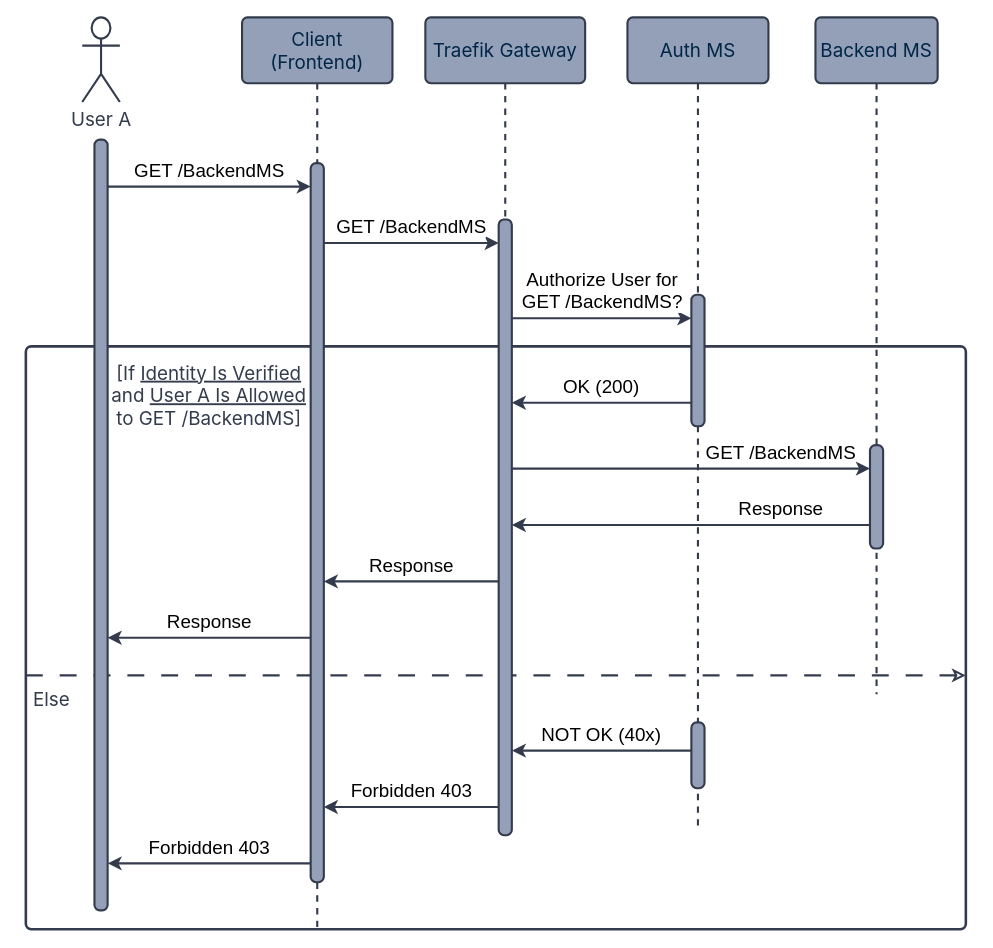
Earlier version of the draw.io diagram page "developer/technical-concepts/oauth/design-sequence.png" (30 of 36) of docs/assets/diagrams/dtaas-diagrams.drawio (INTO-CPS-Association/DTaaS). Source tidied: cells renumbered, new cells numbered last; positions are measured from the earlier drawing's top-left corner, leaving out a move shared by most shapes. Both pictures are drawn from the tidied source at 94%, with x=0, y=0 at pixel (25, 17).
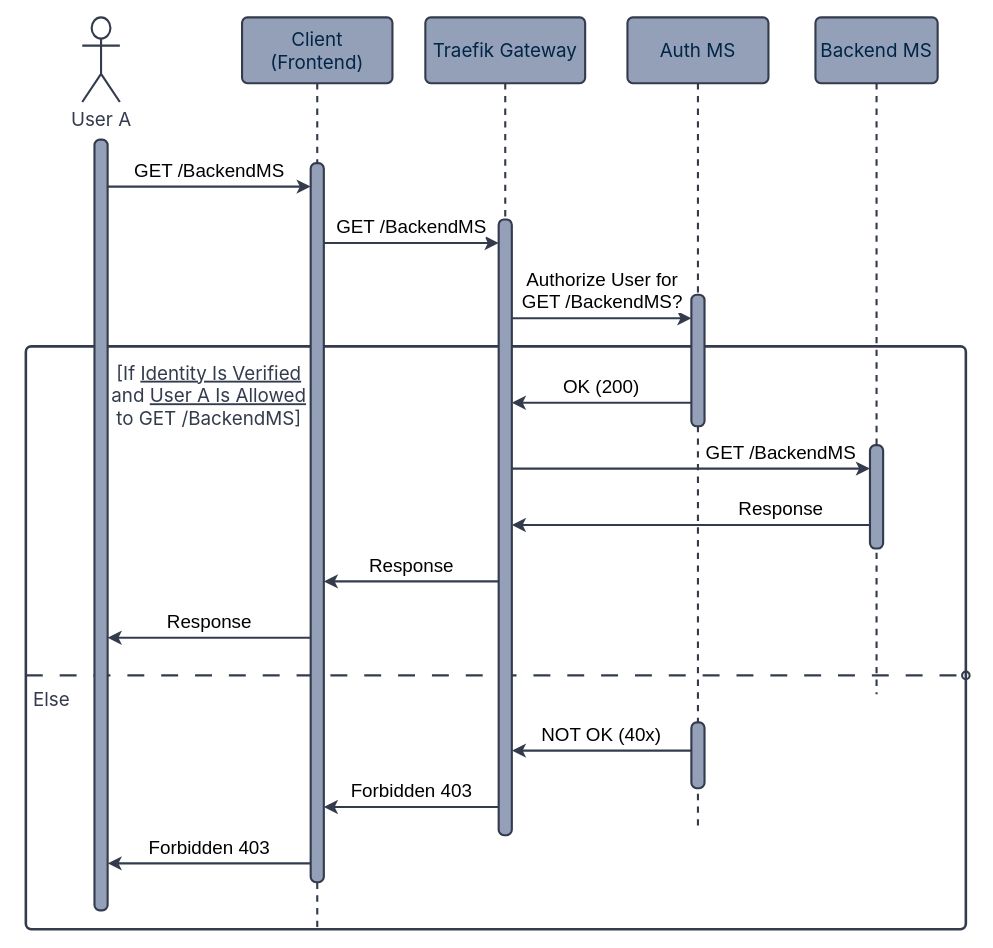
After the change.

The edit, as a diff of the source:
```diff
@@
-    <mxCell id="3" style="endArrow=classic;endFill=0;endSize=8;dashed=1;dashPattern=8 8;strokeColor=#333b4c;strokeWidth=2.25;html=1;" parent="1" edge="1">
+    <mxCell id="3" style="endArrow=oval;endFill=0;endSize=8;dashed=1;dashPattern=8 8;strokeColor=#333b4c;strokeWidth=2.25;html=1;" parent="1" edge="1">
       <mxGeometry relative="1" as="geometry">
         <mxPoint y="700" as="sourcePoint" />
         <mxPoint x="1000" y="700" as="targetPoint" />
       </mxGeometry>
     </mxCell>
```
